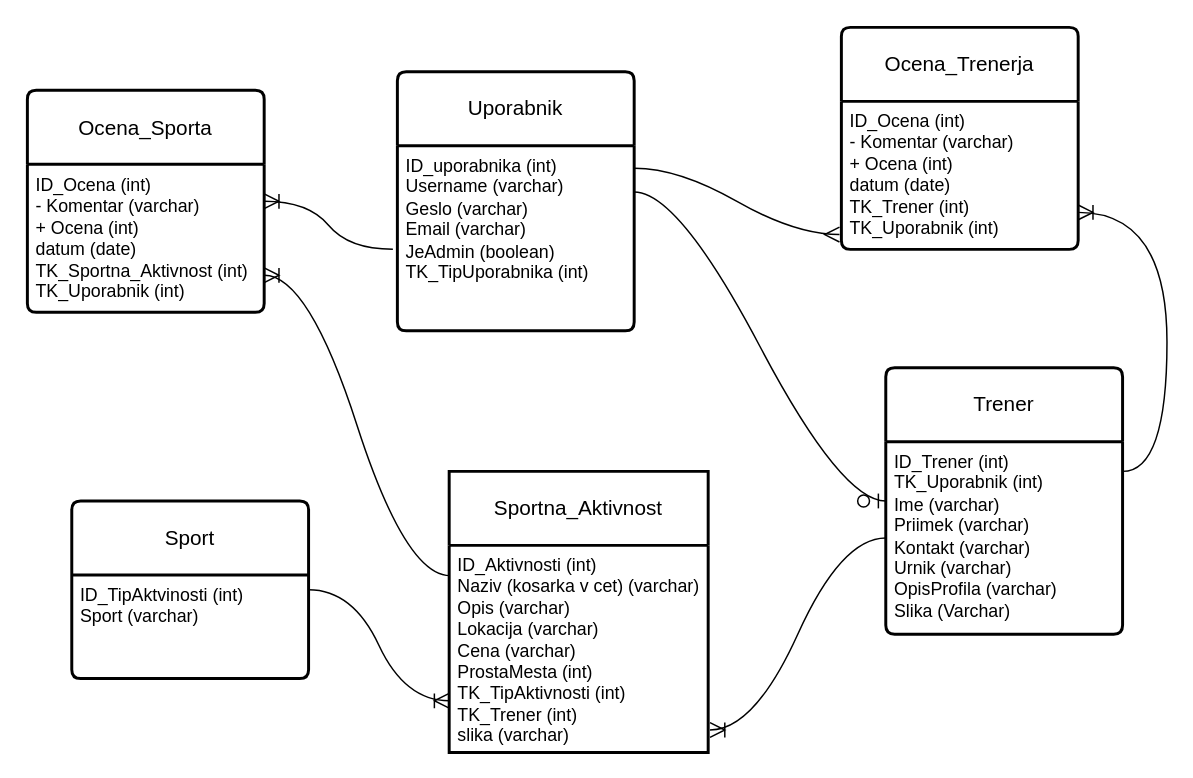
The draw.io diagram ER/ER.drawio in Alan-Labas/Sportaj.si, before the edit. Source tidied: cells renumbered, new cells numbered last; positions are measured from the earlier drawing's top-left corner, leaving out a move shared by most shapes. Both pictures are drawn from the tidied source at 148%, with x=0, y=0 at pixel (27, 27).
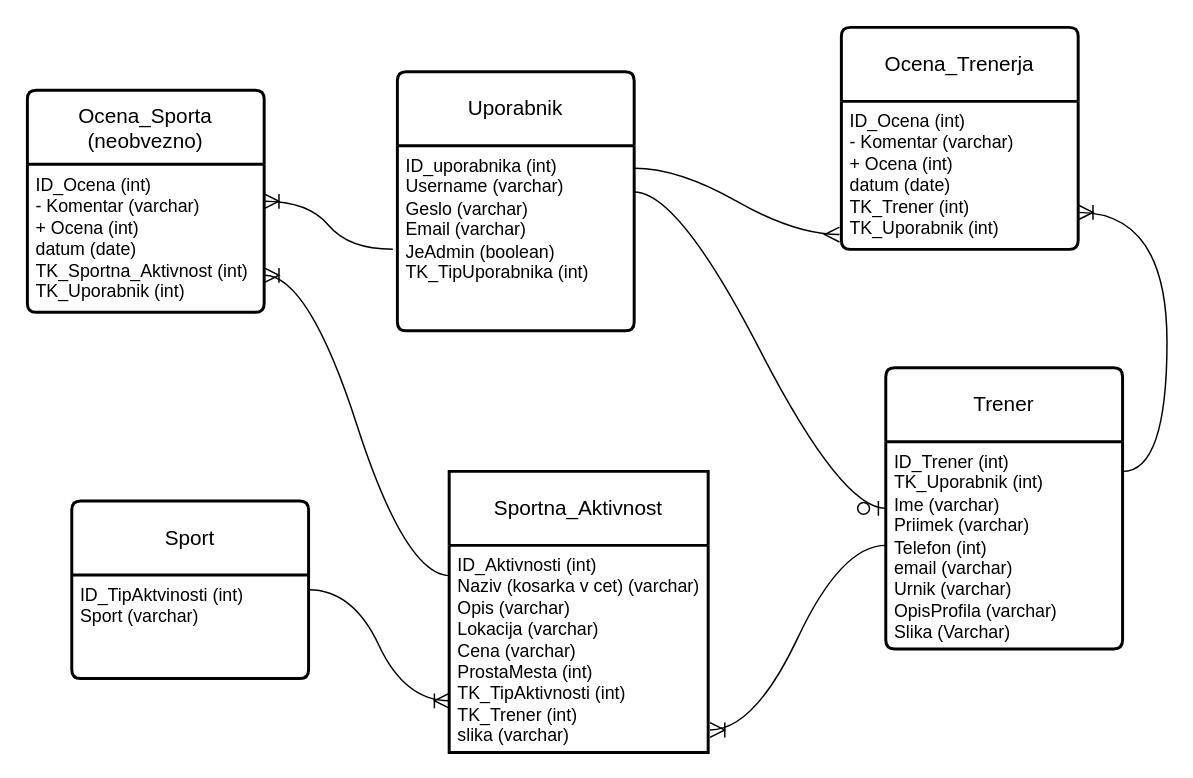
After the change.

Diff of the diagram source:
```diff
@@
     <mxCell id="9" value="Trener" style="swimlane;horizontal=1;startSize=50;rounded=1;fontSize=14;fontStyle=0;strokeWidth=2;shadow=0;dashed=0;align=center;arcSize=4;whiteSpace=wrap;html=1;" parent="1" vertex="1">
-      <mxGeometry x="580" y="230" width="160" height="180" as="geometry" />
+      <mxGeometry x="580" y="230" width="160" height="190" as="geometry" />
     </mxCell>
-    <mxCell id="10" value="ID_Trener (int)&lt;div&gt;TK_Uporabnik (int)&lt;br&gt;&lt;div&gt;Ime&amp;nbsp;&lt;span style=&quot;background-color: initial;&quot;&gt;(varchar)&lt;/span&gt;&lt;/div&gt;&lt;div&gt;Priimek&amp;nbsp;&lt;span style=&quot;background-color: initial;&quot;&gt;(varchar)&lt;/span&gt;&lt;/div&gt;&lt;div&gt;Kontakt&amp;nbsp;&lt;span style=&quot;background-color: initial;&quot;&gt;(varchar)&lt;/span&gt;&lt;/div&gt;&lt;div&gt;Urnik&amp;nbsp;&lt;span style=&quot;background-color: initial;&quot;&gt;(varchar)&lt;/span&gt;&lt;/div&gt;&lt;div&gt;OpisProfila&amp;nbsp;&lt;span style=&quot;background-color: initial;&quot;&gt;(varchar)&lt;/span&gt;&lt;/div&gt;&lt;div&gt;&lt;span style=&quot;background-color: initial;&quot;&gt;Slika (Varchar)&lt;/span&gt;&lt;/div&gt;&lt;div&gt;&lt;br&gt;&lt;/div&gt;&lt;div&gt;&lt;br&gt;&lt;/div&gt;&lt;/div&gt;" style="align=left;strokeColor=none;fillColor=none;spacingLeft=4;fontSize=12;verticalAlign=top;html=1;" parent="9" vertex="1">
-      <mxGeometry y="50" width="160" height="130" as="geometry" />
+    <mxCell id="10" value="ID_Trener (int)&lt;div&gt;TK_Uporabnik (int)&lt;br&gt;&lt;div&gt;Ime&amp;nbsp;&lt;span style=&quot;background-color: initial;&quot;&gt;(varchar)&lt;/span&gt;&lt;/div&gt;&lt;div&gt;Priimek&amp;nbsp;&lt;span style=&quot;background-color: initial;&quot;&gt;(varchar)&lt;/span&gt;&lt;/div&gt;&lt;div&gt;Telefon (int)&lt;/div&gt;&lt;div&gt;email (varchar)&lt;/div&gt;&lt;div&gt;Urnik&amp;nbsp;&lt;span style=&quot;background-color: initial;&quot;&gt;(varchar)&lt;/span&gt;&lt;/div&gt;&lt;div&gt;OpisProfila&amp;nbsp;&lt;span style=&quot;background-color: initial;&quot;&gt;(varchar)&lt;/span&gt;&lt;/div&gt;&lt;div&gt;&lt;span style=&quot;background-color: initial;&quot;&gt;Slika (Varchar)&lt;/span&gt;&lt;/div&gt;&lt;div&gt;&lt;br&gt;&lt;/div&gt;&lt;div&gt;&lt;br&gt;&lt;/div&gt;&lt;/div&gt;" style="align=left;strokeColor=none;fillColor=none;spacingLeft=4;fontSize=12;verticalAlign=top;html=1;" parent="9" vertex="1">
+      <mxGeometry y="50" width="160" height="140" as="geometry" />
     </mxCell>
@@
-    <mxCell id="18" value="Ocena_Sporta" style="swimlane;horizontal=1;startSize=50;rounded=1;fontSize=14;fontStyle=0;strokeWidth=2;shadow=0;dashed=0;align=center;arcSize=4;whiteSpace=wrap;html=1;" parent="1" vertex="1">
+    <mxCell id="18" value="Ocena_Sporta (neobvezno)" style="swimlane;horizontal=1;startSize=50;rounded=1;fontSize=14;fontStyle=0;strokeWidth=2;shadow=0;dashed=0;align=center;arcSize=4;whiteSpace=wrap;html=1;" parent="1" vertex="1">
       <mxGeometry y="42.5" width="160" height="150" as="geometry" />
     </mxCell>
```
